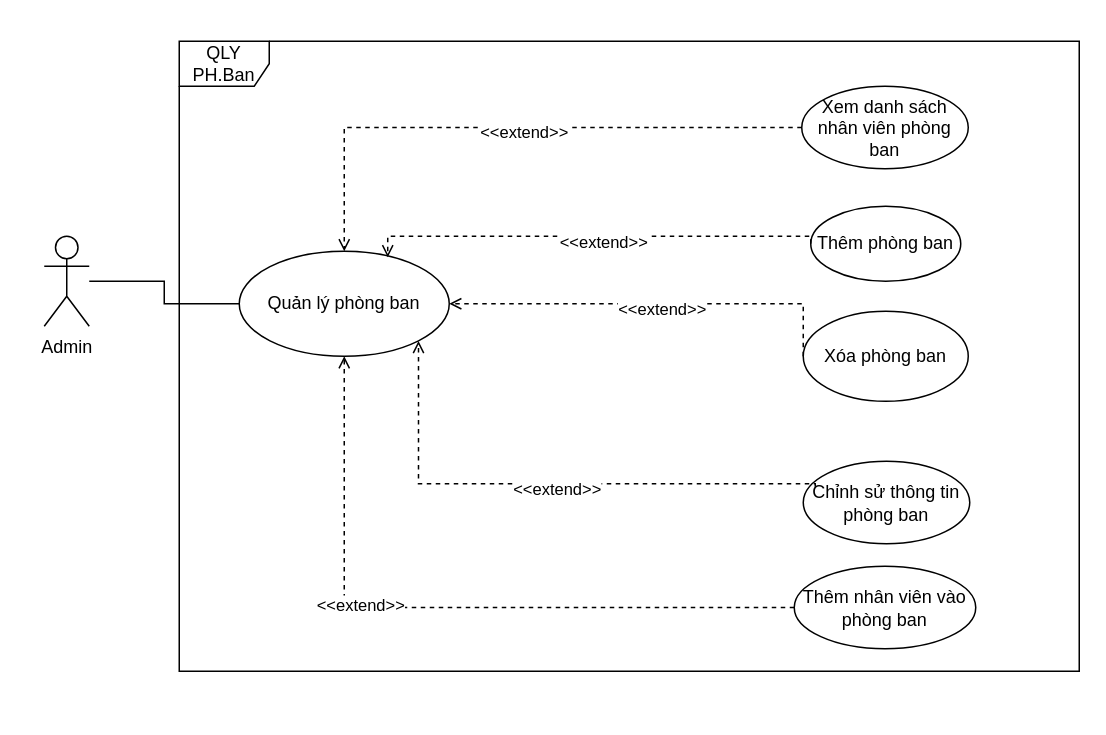
Before: QuanLyPhongBan.drawio in hoangda24312/Group4-DesigningSystem, a draw.io diagram. Source tidied: cells renumbered, new cells numbered last; positions are measured from the earlier drawing's top-left corner, leaving out a move shared by most shapes. Both pictures are drawn from the tidied source at 150%, with x=0, y=0 at pixel (44, 40).
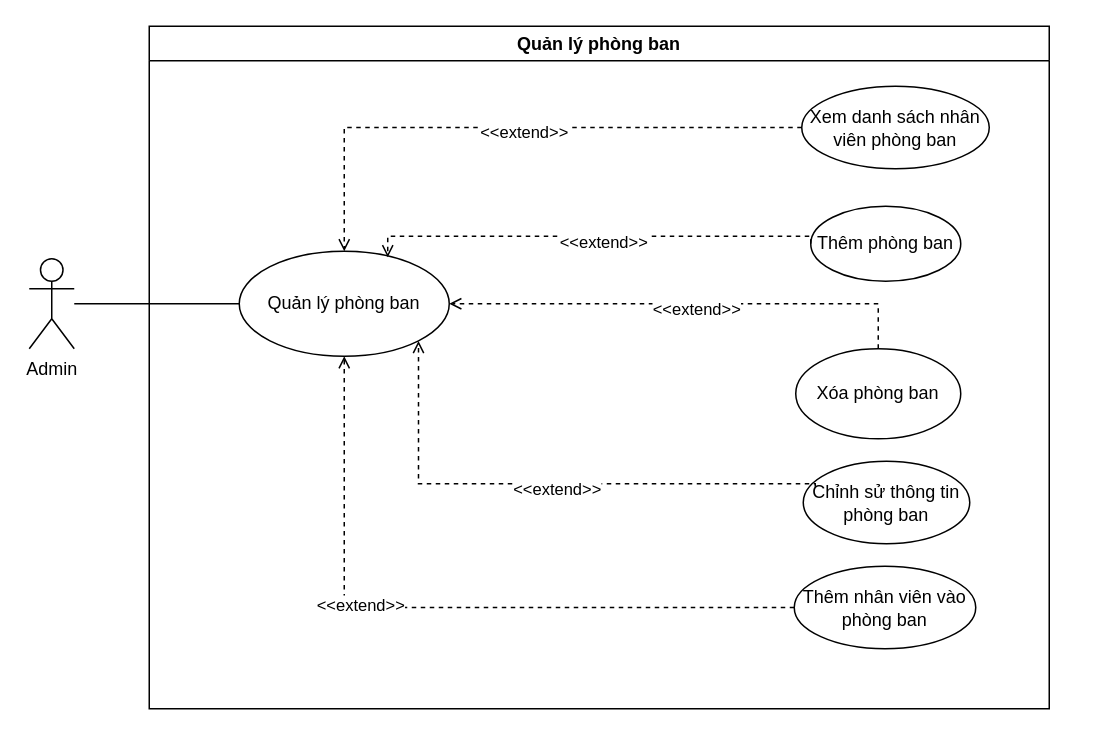
The same page after the edit.

Unchanged cells that the change refers to:
```xml
<mxCell id="5" value="Quản lý phòng ban" style="ellipse;whiteSpace=wrap;html=1;" parent="1" vertex="1">
  <mxGeometry x="130" y="140" width="140" height="70" as="geometry" />
</mxCell>
```

The edit, as a diff of the source:
```diff
@@
-    <mxCell id="2" value="Xóa phòng ban" style="ellipse;whiteSpace=wrap;html=1;" parent="1" vertex="1">
-      <mxGeometry x="506" y="180" width="110" height="60" as="geometry" />
-    </mxCell>
@@
-    <mxCell id="6" value="QLY PH.Ban" style="shape=umlFrame;whiteSpace=wrap;html=1;width=60;height=30;" parent="1" vertex="1">
-      <mxGeometry x="90" width="600" height="420" as="geometry" />
-    </mxCell>
@@
     <mxCell id="8" value="Admin" style="shape=umlActor;verticalLabelPosition=bottom;verticalAlign=top;html=1;outlineConnect=0;" parent="1" vertex="1">
-      <mxGeometry y="130" width="30" height="60" as="geometry" />
+      <mxGeometry x="-10" y="145" width="30" height="60" as="geometry" />
     </mxCell>
@@
     <mxCell id="11" value="Xem danh sách nhân viên phòng ban" style="ellipse;whiteSpace=wrap;html=1;" parent="1" vertex="1">
-      <mxGeometry x="505" y="30" width="111" height="55" as="geometry" />
+      <mxGeometry x="505" y="30" width="125" height="55" as="geometry" />
     </mxCell>
@@
-    <mxCell id="17" style="edgeStyle=orthogonalEdgeStyle;rounded=0;jettySize=auto;html=1;entryX=1;entryY=0.5;entryDx=0;entryDy=0;endArrow=open;endFill=0;dashed=1;exitX=0;exitY=0.5;exitDx=0;exitDy=0;" parent="1" edge="1" source="2" target="5">
-      <mxGeometry relative="1" as="geometry">
-        <Array as="points">
-          <mxPoint x="506" y="175" />
-        </Array>
-      </mxGeometry>
+    <mxCell id="17" style="rounded=0;jettySize=auto;html=1;entryX=1;entryY=0.5;entryDx=0;entryDy=0;endArrow=open;endFill=0;dashed=1;exitX=0.5;exitY=0;exitDx=0;exitDy=0;edgeStyle=orthogonalEdgeStyle;" parent="1" edge="1" source="2" target="5">
+      <mxGeometry relative="1" as="geometry" />
     </mxCell>
@@
+    <mxCell id="21" value="Quản lý phòng ban" style="swimlane;whiteSpace=wrap;html=1;" parent="1" vertex="1">
+      <mxGeometry x="70" y="-10" width="600" height="455" as="geometry" />
+    </mxCell>
+    <mxCell id="2" value="Xóa phòng ban" style="ellipse;whiteSpace=wrap;html=1;" parent="21" vertex="1">
+      <mxGeometry x="431" y="215" width="110" height="60" as="geometry" />
+    </mxCell>
```
